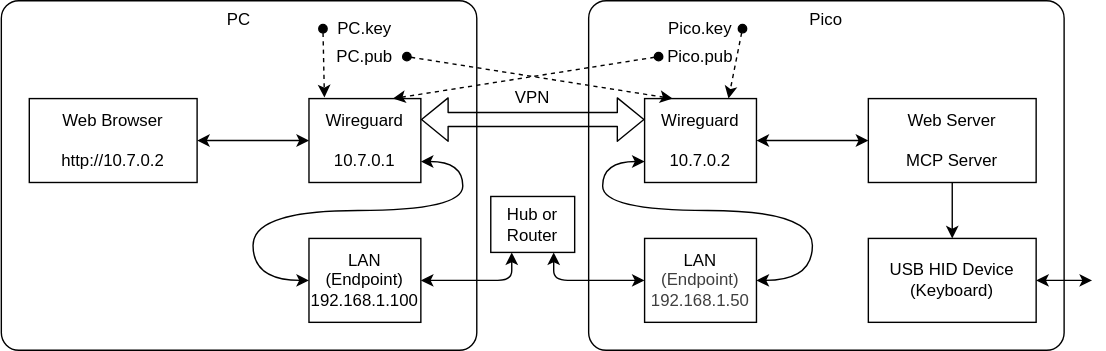
Above: LocalNetwork.drawio.svg in h7ga40/pico_mcp_wireguard (draw.io), before the change. Source tidied: cells renumbered, new cells last; positions are measured from the earlier drawing's top-left corner, leaving out a move shared by most shapes.
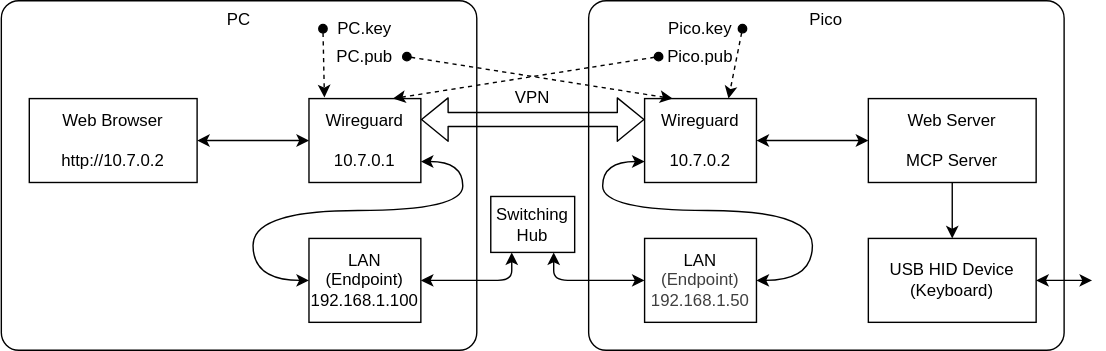
After the commit.

Commit message:
英語版READMEを更新

The edit, as a diff of the source:
```diff
@@ -100,7 +100,7 @@
         <mxPoint x="780" y="200" as="targetPoint" />
       </mxGeometry>
     </mxCell>
-    <mxCell id="28" value="Hub or&lt;div&gt;Router&lt;/div&gt;" style="rounded=0;whiteSpace=wrap;html=1;" parent="1" vertex="1">
+    <mxCell id="28" value="Switching&lt;div&gt;Hub&lt;/div&gt;" style="rounded=0;whiteSpace=wrap;html=1;" parent="1" vertex="1">
       <mxGeometry x="350" y="140" width="60" height="40" as="geometry" />
     </mxCell>
     <mxCell id="29" style="endArrow=classic;startArrow=classic;html=1;entryX=0;entryY=0.5;entryDx=0;entryDy=0;exitX=0.75;exitY=1;exitDx=0;exitDy=0;" parent="1" edge="1" source="28" target="9">
```
